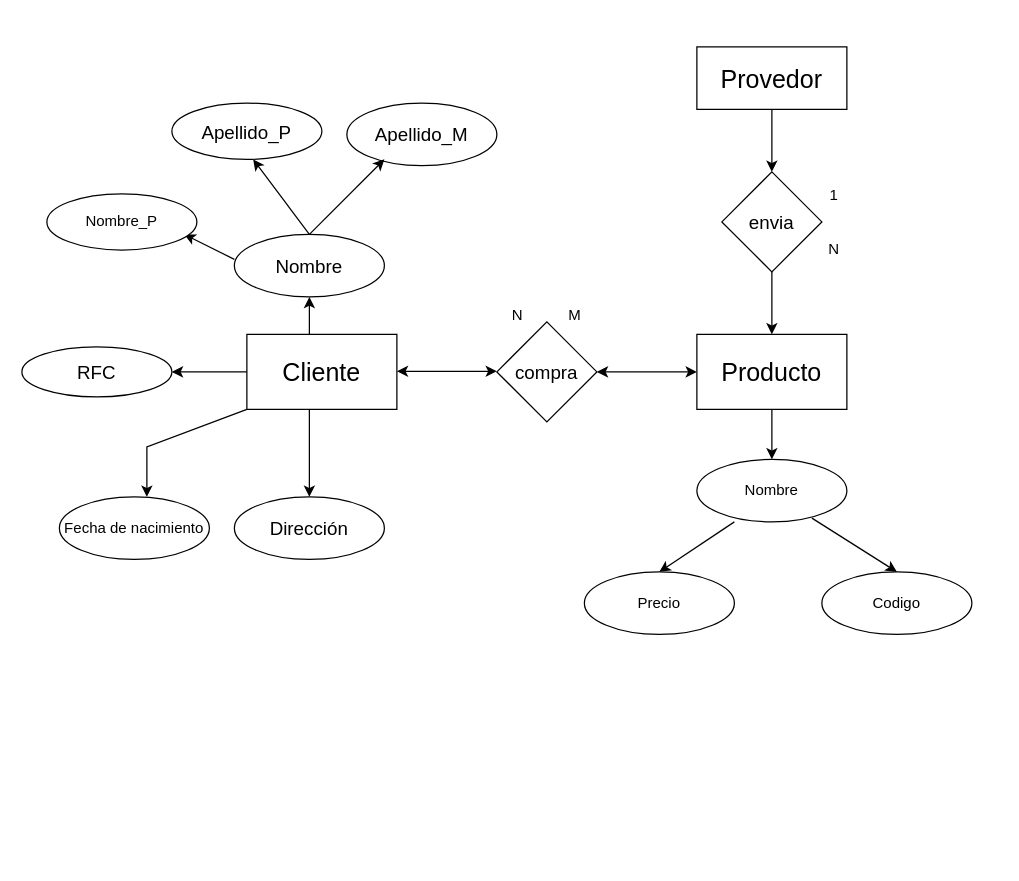
Earlier version of the draw.io diagram Ejercicio 1.drawio (AndresitoUwO/Modelos_Entidad_Relacion). Source tidied: cells renumbered, new cells numbered last; positions are measured from the earlier drawing's top-left corner, leaving out a move shared by most shapes. Both pictures are drawn from the tidied source at 125%, with x=0, y=0 at pixel (21, 46).
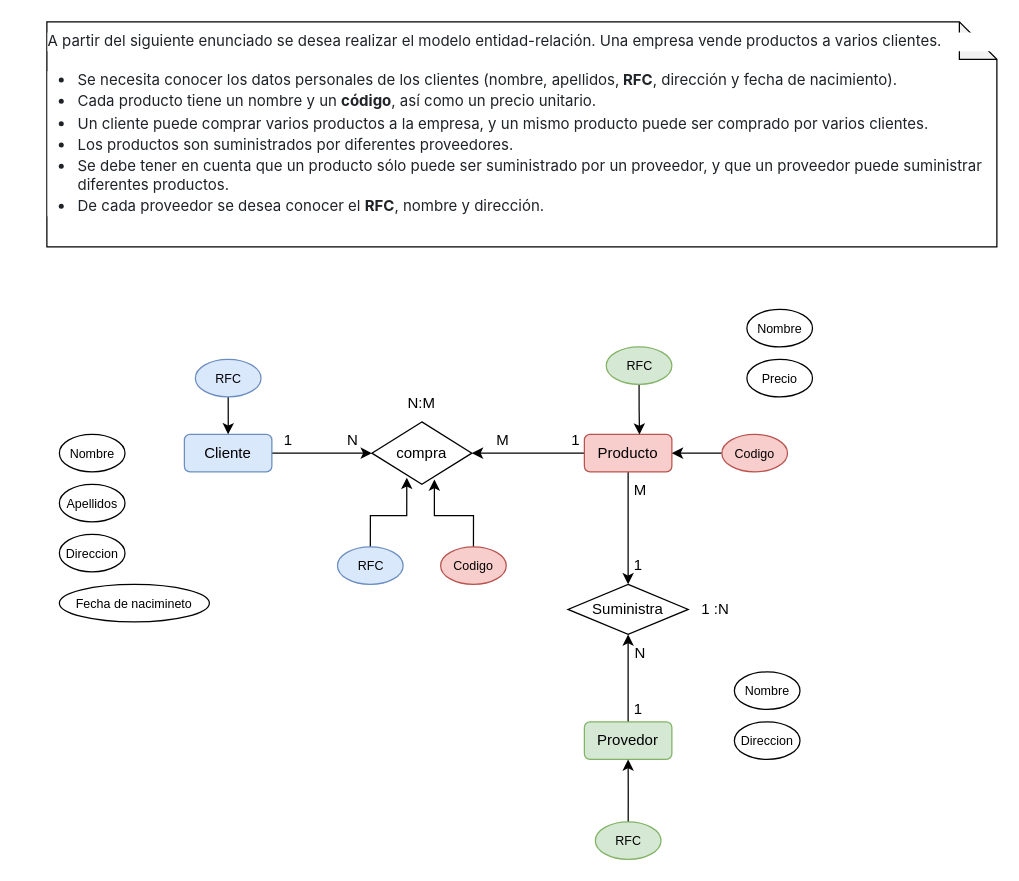
Above is the later version.

What changed in the source:
```diff
@@
+    <mxCell id="33" style="edgeStyle=orthogonalEdgeStyle;rounded=0;jettySize=auto;html=1;entryX=0;entryY=0.5;entryDx=0;entryDy=0;" parent="1" edge="1" source="2" target="3">
+      <mxGeometry relative="1" as="geometry" />
+    </mxCell>
-    <mxCell id="2" value="&lt;font style=&quot;font-size: 20px;&quot;&gt;Cliente&lt;/font&gt;" style="rounded=0;whiteSpace=wrap;html=1;" parent="1" vertex="1">
-      <mxGeometry x="180" y="230" width="120" height="60" as="geometry" />
+    <mxCell id="2" value="Cliente" style="rounded=1;whiteSpace=wrap;html=1;fillColor=#dae8fc;strokeColor=#6c8ebf;" parent="1" vertex="1">
+      <mxGeometry x="130" y="310" width="70" height="30" as="geometry" />
     </mxCell>
+    <mxCell id="34" value="&lt;p style=&quot;box-sizing: border-box; margin-top: 0px; margin-bottom: 16px; color: rgb(31, 35, 40); font-family: -apple-system, BlinkMacSystemFont, &amp;quot;Segoe UI&amp;quot;, &amp;quot;Noto Sans&amp;quot;, Helvetica, Arial, sans-serif, &amp;quot;Apple Color Emoji&amp;quot;, &amp;quot;Segoe UI Emoji&amp;quot;; text-align: start; background-color: rgb(255, 255, 255);&quot; dir=&quot;auto&quot;&gt;&lt;font style=&quot;font-size: 12px;&quot;&gt;A partir del siguiente enunciado se desea realizar el modelo entidad-relación. Una empresa vende productos a varios clientes.&lt;/font&gt;&lt;/p&gt;&lt;ul style=&quot;box-sizing: border-box; padding-left: 2em; margin-top: 0px; margin-bottom: 16px; color: rgb(31, 35, 40); font-family: -apple-system, BlinkMacSystemFont, &amp;quot;Segoe UI&amp;quot;, &amp;quot;Noto Sans&amp;quot;, Helvetica, Arial, sans-serif, &amp;quot;Apple Color Emoji&amp;quot;, &amp;quot;Segoe UI Emoji&amp;quot;; text-align: start; background-color: rgb(255, 255, 255);&quot; dir=&quot;auto&quot;&gt;&lt;li style=&quot;box-sizing: border-box;&quot;&gt;&lt;font style=&quot;font-size: 12px;&quot;&gt;Se necesita conocer los datos personales de los clientes (nombre, apellidos,&lt;b&gt; RFC&lt;/b&gt;, dirección y fecha de nacimiento).&lt;/font&gt;&lt;/li&gt;&lt;li style=&quot;box-sizing: border-box; margin-top: 0.25em;&quot;&gt;&lt;font style=&quot;font-size: 12px;&quot;&gt;Cada producto tiene un nombre y un &lt;b&gt;código&lt;/b&gt;, así como un precio unitario.&lt;/font&gt;&lt;/li&gt;&lt;li style=&quot;box-sizing: border-box; margin-top: 0.25em;&quot;&gt;&lt;font style=&quot;font-size: 12px;&quot;&gt;Un cliente puede comprar varios productos a la empresa, y un mismo producto puede ser comprado por varios clientes.&lt;/font&gt;&lt;/li&gt;&lt;li style=&quot;box-sizing: border-box; margin-top: 0.25em;&quot;&gt;&lt;font style=&quot;font-size: 12px;&quot;&gt;Los productos son suministrados por diferentes proveedores.&lt;/font&gt;&lt;/li&gt;&lt;li style=&quot;box-sizing: border-box; margin-top: 0.25em;&quot;&gt;&lt;font style=&quot;font-size: 12px;&quot;&gt;Se debe tener en cuenta que un producto sólo puede ser suministrado por un proveedor, y que un proveedor puede suministrar diferentes productos.&lt;/font&gt;&lt;/li&gt;&lt;li style=&quot;box-sizing: border-box; margin-top: 0.25em;&quot;&gt;&lt;font style=&quot;font-size: 12px;&quot;&gt;De cada proveedor se desea conocer el &lt;b&gt;RFC&lt;/b&gt;, nombre y dirección.&lt;/font&gt;&lt;/li&gt;&lt;/ul&gt;" style="shape=note;whiteSpace=wrap;html=1;backgroundOutline=1;darkOpacity=0.05;" parent="1" vertex="1">
+      <mxGeometry x="20" y="-20" width="760" height="180" as="geometry" />
+    </mxCell>
+    <mxCell id="35" style="edgeStyle=orthogonalEdgeStyle;rounded=0;jettySize=auto;html=1;entryX=1;entryY=0.5;entryDx=0;entryDy=0;" parent="1" edge="1" source="6" target="3">
+      <mxGeometry relative="1" as="geometry" />
+    </mxCell>
+    <mxCell id="36" style="edgeStyle=orthogonalEdgeStyle;rounded=0;jettySize=auto;html=1;entryX=0.5;entryY=0;entryDx=0;entryDy=0;" parent="1" edge="1" source="6" target="38">
+      <mxGeometry relative="1" as="geometry" />
+    </mxCell>
+    <mxCell id="6" value="Producto" style="rounded=1;whiteSpace=wrap;html=1;fillColor=#f8cecc;strokeColor=#b85450;" parent="1" vertex="1">
+      <mxGeometry x="450" y="310" width="70" height="30" as="geometry" />
+    </mxCell>
+    <mxCell id="37" style="edgeStyle=orthogonalEdgeStyle;rounded=0;jettySize=auto;html=1;entryX=0.5;entryY=1;entryDx=0;entryDy=0;" parent="1" edge="1" source="7" target="38">
+      <mxGeometry relative="1" as="geometry" />
+    </mxCell>
+    <mxCell id="7" value="Provedor" style="rounded=1;whiteSpace=wrap;html=1;fillColor=#d5e8d4;strokeColor=#82b366;" parent="1" vertex="1">
+      <mxGeometry x="450" y="540" width="70" height="30" as="geometry" />
+    </mxCell>
-    <mxCell id="3" value="&lt;span style=&quot;font-size: 15px;&quot;&gt;compra&lt;/span&gt;" style="rhombus;whiteSpace=wrap;html=1;" parent="1" vertex="1">
-      <mxGeometry x="380" y="220" width="80" height="80" as="geometry" />
+    <mxCell id="3" value="compra" style="rhombus;whiteSpace=wrap;html=1;" parent="1" vertex="1">
+      <mxGeometry x="280" y="300" width="80" height="50" as="geometry" />
     </mxCell>
-    <mxCell id="4" style="endArrow=classic;startArrow=classic;html=1;rounded=0;entryX=0;entryY=0.5;entryDx=0;entryDy=0;" parent="1" edge="1">
-      <mxGeometry relative="1" as="geometry">
-        <mxPoint x="300" y="259.5" as="sourcePoint" />
-        <mxPoint x="380" y="259.5" as="targetPoint" />
-      </mxGeometry>
-    </mxCell>
-    <mxCell id="5" style="endArrow=classic;startArrow=classic;html=1;rounded=0;entryX=0;entryY=0.5;entryDx=0;entryDy=0;" parent="1" edge="1">
-      <mxGeometry relative="1" as="geometry">
-        <mxPoint x="460" y="260" as="sourcePoint" />
-        <mxPoint x="540" y="260" as="targetPoint" />
-      </mxGeometry>
-    </mxCell>
-    <mxCell id="6" value="&lt;span style=&quot;font-size: 20px;&quot;&gt;Producto&lt;/span&gt;" style="rounded=0;whiteSpace=wrap;html=1;" parent="1" vertex="1">
-      <mxGeometry x="540" y="230" width="120" height="60" as="geometry" />
-    </mxCell>
-    <mxCell id="7" value="&lt;font style=&quot;font-size: 20px;&quot;&gt;Provedor&lt;/font&gt;" style="rounded=0;whiteSpace=wrap;html=1;" parent="1" vertex="1">
-      <mxGeometry x="540" width="120" height="50" as="geometry" />
-    </mxCell>
-    <mxCell id="8" value="N&amp;nbsp; &amp;nbsp; &amp;nbsp; &amp;nbsp; &amp;nbsp; &amp;nbsp;M" style="text;strokeColor=none;align=center;fillColor=none;html=1;verticalAlign=middle;whiteSpace=wrap;rounded=0;" parent="1" vertex="1">
-      <mxGeometry x="390" y="200" width="60" height="30" as="geometry" />
-    </mxCell>
-    <mxCell id="9" value="&lt;font style=&quot;font-size: 15px;&quot;&gt;envia&lt;/font&gt;" style="rhombus;whiteSpace=wrap;html=1;" parent="1" vertex="1">
-      <mxGeometry x="560" y="100" width="80" height="80" as="geometry" />
-    </mxCell>
-    <mxCell id="10" style="endArrow=classic;html=1;rounded=0;entryX=0.5;entryY=0;entryDx=0;entryDy=0;" parent="1" edge="1" target="9">
-      <mxGeometry relative="1" as="geometry">
-        <mxPoint x="600" y="50" as="sourcePoint" />
-      </mxGeometry>
-    </mxCell>
-    <mxCell id="11" style="endArrow=classic;html=1;rounded=0;entryX=0.5;entryY=0;entryDx=0;entryDy=0;" parent="1" edge="1" target="6">
-      <mxGeometry relative="1" as="geometry">
-        <mxPoint x="600" y="180" as="sourcePoint" />
-      </mxGeometry>
-    </mxCell>
-    <mxCell id="12" value="1&lt;br&gt;&lt;br&gt;&lt;br&gt;N" style="text;strokeColor=none;align=center;fillColor=none;html=1;verticalAlign=middle;whiteSpace=wrap;rounded=0;" parent="1" vertex="1">
-      <mxGeometry x="620" y="125" width="60" height="30" as="geometry" />
-    </mxCell>
-    <mxCell id="13" style="endArrow=classic;html=1;rounded=0;" parent="1" edge="1">
-      <mxGeometry relative="1" as="geometry">
-        <mxPoint x="230" y="230" as="sourcePoint" />
-        <mxPoint x="230" y="200" as="targetPoint" />
-      </mxGeometry>
-    </mxCell>
-    <mxCell id="14" style="endArrow=classic;html=1;rounded=0;" parent="1" edge="1">
-      <mxGeometry relative="1" as="geometry">
-        <mxPoint x="230" y="290" as="sourcePoint" />
-        <mxPoint x="230" y="360" as="targetPoint" />
-      </mxGeometry>
-    </mxCell>
-    <mxCell id="15" style="endArrow=classic;html=1;rounded=0;" parent="1" edge="1">
-      <mxGeometry relative="1" as="geometry">
-        <mxPoint x="180" y="260" as="sourcePoint" />
-        <mxPoint x="120" y="260" as="targetPoint" />
-      </mxGeometry>
-    </mxCell>
-    <mxCell id="16" value="&lt;font style=&quot;font-size: 15px;&quot;&gt;Nombre&lt;/font&gt;" style="ellipse;whiteSpace=wrap;html=1;" parent="1" vertex="1">
-      <mxGeometry x="170" y="150" width="120" height="50" as="geometry" />
-    </mxCell>
-    <mxCell id="17" value="&lt;font style=&quot;font-size: 15px;&quot;&gt;Apellido_M&lt;/font&gt;" style="ellipse;whiteSpace=wrap;html=1;" parent="1" vertex="1">
-      <mxGeometry x="260" y="45" width="120" height="50" as="geometry" />
-    </mxCell>
-    <mxCell id="18" value="&lt;font style=&quot;font-size: 15px;&quot;&gt;RFC&lt;/font&gt;" style="ellipse;whiteSpace=wrap;html=1;" parent="1" vertex="1">
-      <mxGeometry y="240" width="120" height="40" as="geometry" />
-    </mxCell>
-    <mxCell id="19" value="&lt;font style=&quot;font-size: 15px;&quot;&gt;Dirección&lt;/font&gt;" style="ellipse;whiteSpace=wrap;html=1;" parent="1" vertex="1">
-      <mxGeometry x="170" y="360" width="120" height="50" as="geometry" />
-    </mxCell>
-    <mxCell id="20" style="endArrow=classic;html=1;rounded=0;" parent="1" edge="1">
-      <mxGeometry relative="1" as="geometry">
-        <mxPoint x="180" y="290" as="sourcePoint" />
-        <mxPoint x="100" y="360" as="targetPoint" />
-        <Array as="points">
-          <mxPoint x="100" y="320" />
-        </Array>
-      </mxGeometry>
-    </mxCell>
-    <mxCell id="21" value="Fecha de nacimiento" style="ellipse;whiteSpace=wrap;html=1;" parent="1" vertex="1">
-      <mxGeometry x="30" y="360" width="120" height="50" as="geometry" />
-    </mxCell>
-    <mxCell id="22" value="Nombre" style="ellipse;whiteSpace=wrap;html=1;" parent="1" vertex="1">
-      <mxGeometry x="540" y="330" width="120" height="50" as="geometry" />
-    </mxCell>
+    <mxCell id="38" value="Suministra" style="rhombus;whiteSpace=wrap;html=1;" parent="1" vertex="1">
+      <mxGeometry x="436.9" y="430" width="96.2" height="40" as="geometry" />
+    </mxCell>
+    <mxCell id="39" value="1&amp;nbsp;" style="text;strokeColor=none;align=center;fillColor=none;html=1;verticalAlign=middle;whiteSpace=wrap;rounded=0;" parent="1" vertex="1">
+      <mxGeometry x="200" y="300" width="30" height="30" as="geometry" />
+    </mxCell>
+    <mxCell id="40" value="N" style="text;strokeColor=none;align=center;fillColor=none;html=1;verticalAlign=middle;whiteSpace=wrap;rounded=0;" parent="1" vertex="1">
+      <mxGeometry x="250" y="300" width="30" height="30" as="geometry" />
+    </mxCell>
+    <mxCell id="41" value="1&amp;nbsp;" style="text;strokeColor=none;align=center;fillColor=none;html=1;verticalAlign=middle;whiteSpace=wrap;rounded=0;" parent="1" vertex="1">
+      <mxGeometry x="430" y="300" width="30" height="30" as="geometry" />
+    </mxCell>
+    <mxCell id="42" value="M" style="text;strokeColor=none;align=center;fillColor=none;html=1;verticalAlign=middle;whiteSpace=wrap;rounded=0;" parent="1" vertex="1">
+      <mxGeometry x="370" y="300" width="30" height="30" as="geometry" />
+    </mxCell>
+    <mxCell id="43" value="N:M" style="text;strokeColor=none;align=center;fillColor=none;html=1;verticalAlign=middle;whiteSpace=wrap;rounded=0;" parent="1" vertex="1">
+      <mxGeometry x="305" y="270" width="30" height="30" as="geometry" />
+    </mxCell>
+    <mxCell id="44" value="1&amp;nbsp;" style="text;strokeColor=none;align=center;fillColor=none;html=1;verticalAlign=middle;whiteSpace=wrap;rounded=0;" parent="1" vertex="1">
+      <mxGeometry x="480" y="515" width="30" height="30" as="geometry" />
+    </mxCell>
+    <mxCell id="45" value="N" style="text;strokeColor=none;align=center;fillColor=none;html=1;verticalAlign=middle;whiteSpace=wrap;rounded=0;" parent="1" vertex="1">
+      <mxGeometry x="480" y="470" width="30" height="30" as="geometry" />
+    </mxCell>
+    <mxCell id="46" value="1&amp;nbsp;" style="text;strokeColor=none;align=center;fillColor=none;html=1;verticalAlign=middle;whiteSpace=wrap;rounded=0;" parent="1" vertex="1">
+      <mxGeometry x="480" y="400" width="30" height="30" as="geometry" />
+    </mxCell>
+    <mxCell id="47" value="M" style="text;strokeColor=none;align=center;fillColor=none;html=1;verticalAlign=middle;whiteSpace=wrap;rounded=0;" parent="1" vertex="1">
+      <mxGeometry x="480" y="340" width="30" height="30" as="geometry" />
+    </mxCell>
+    <mxCell id="48" value="1 :N" style="text;strokeColor=none;align=center;fillColor=none;html=1;verticalAlign=middle;whiteSpace=wrap;rounded=0;" parent="1" vertex="1">
+      <mxGeometry x="540" y="435" width="30" height="30" as="geometry" />
+    </mxCell>
+    <mxCell id="49" style="edgeStyle=orthogonalEdgeStyle;rounded=0;jettySize=auto;html=1;entryX=0.5;entryY=0;entryDx=0;entryDy=0;" parent="1" edge="1" source="50" target="2">
+      <mxGeometry relative="1" as="geometry" />
+    </mxCell>
+    <mxCell id="50" value="&lt;font style=&quot;font-size: 10px;&quot;&gt;RFC&lt;/font&gt;" style="ellipse;whiteSpace=wrap;html=1;fillColor=#dae8fc;strokeColor=#6c8ebf;" parent="1" vertex="1">
+      <mxGeometry x="138.8" y="250" width="52.5" height="30" as="geometry" />
+    </mxCell>
+    <mxCell id="51" style="edgeStyle=orthogonalEdgeStyle;rounded=0;jettySize=auto;html=1;entryX=1;entryY=0.5;entryDx=0;entryDy=0;" parent="1" edge="1" source="52" target="6">
+      <mxGeometry relative="1" as="geometry" />
+    </mxCell>
+    <mxCell id="52" value="&lt;span style=&quot;font-size: 10px;&quot;&gt;Codigo&lt;/span&gt;" style="ellipse;whiteSpace=wrap;html=1;fillColor=#f8cecc;strokeColor=#b85450;" parent="1" vertex="1">
+      <mxGeometry x="560" y="310" width="52.5" height="30" as="geometry" />
+    </mxCell>
+    <mxCell id="53" style="edgeStyle=orthogonalEdgeStyle;rounded=0;jettySize=auto;html=1;entryX=0.5;entryY=1;entryDx=0;entryDy=0;" parent="1" edge="1" source="54" target="7">
+      <mxGeometry relative="1" as="geometry" />
+    </mxCell>
+    <mxCell id="54" value="&lt;span style=&quot;font-size: 10px;&quot;&gt;RFC&lt;/span&gt;" style="ellipse;whiteSpace=wrap;html=1;fillColor=#d5e8d4;strokeColor=#82b366;" parent="1" vertex="1">
+      <mxGeometry x="458.8" y="620" width="52.5" height="30" as="geometry" />
+    </mxCell>
+    <mxCell id="55" style="edgeStyle=orthogonalEdgeStyle;rounded=0;jettySize=auto;html=1;entryX=0.349;entryY=0.893;entryDx=0;entryDy=0;entryPerimeter=0;" parent="1" edge="1" source="56" target="3">
+      <mxGeometry relative="1" as="geometry" />
+    </mxCell>
+    <mxCell id="56" value="&lt;font style=&quot;font-size: 10px;&quot;&gt;RFC&lt;/font&gt;" style="ellipse;whiteSpace=wrap;html=1;fillColor=#dae8fc;strokeColor=#6c8ebf;" parent="1" vertex="1">
+      <mxGeometry x="252.5" y="400" width="52.5" height="30" as="geometry" />
+    </mxCell>
+    <mxCell id="57" style="edgeStyle=orthogonalEdgeStyle;rounded=0;jettySize=auto;html=1;entryX=0.625;entryY=0.921;entryDx=0;entryDy=0;entryPerimeter=0;" parent="1" edge="1" source="58" target="3">
+      <mxGeometry relative="1" as="geometry" />
+    </mxCell>
+    <mxCell id="58" value="&lt;span style=&quot;font-size: 10px;&quot;&gt;Codigo&lt;/span&gt;" style="ellipse;whiteSpace=wrap;html=1;fillColor=#f8cecc;strokeColor=#b85450;" parent="1" vertex="1">
+      <mxGeometry x="335" y="400" width="52.5" height="30" as="geometry" />
+    </mxCell>
+    <mxCell id="59" style="edgeStyle=orthogonalEdgeStyle;rounded=0;jettySize=auto;html=1;entryX=0.63;entryY=0.006;entryDx=0;entryDy=0;entryPerimeter=0;" parent="1" edge="1" source="60" target="6">
+      <mxGeometry relative="1" as="geometry" />
+    </mxCell>
+    <mxCell id="60" value="&lt;span style=&quot;font-size: 10px;&quot;&gt;RFC&lt;/span&gt;" style="ellipse;whiteSpace=wrap;html=1;fillColor=#d5e8d4;strokeColor=#82b366;" parent="1" vertex="1">
+      <mxGeometry x="467.5" y="240" width="52.5" height="30" as="geometry" />
+    </mxCell>
+    <mxCell id="61" value="&lt;span style=&quot;font-size: 10px;&quot;&gt;Nombre&lt;/span&gt;" style="ellipse;whiteSpace=wrap;html=1;" parent="1" vertex="1">
+      <mxGeometry x="30" y="310" width="52.5" height="30" as="geometry" />
+    </mxCell>
+    <mxCell id="62" value="&lt;span style=&quot;font-size: 10px;&quot;&gt;Apellidos&lt;/span&gt;" style="ellipse;whiteSpace=wrap;html=1;" parent="1" vertex="1">
+      <mxGeometry x="30" y="350" width="52.5" height="30" as="geometry" />
+    </mxCell>
+    <mxCell id="63" value="&lt;span style=&quot;font-size: 10px;&quot;&gt;Direccion&lt;/span&gt;" style="ellipse;whiteSpace=wrap;html=1;" parent="1" vertex="1">
+      <mxGeometry x="30" y="390" width="52.5" height="30" as="geometry" />
+    </mxCell>
+    <mxCell id="64" value="&lt;font style=&quot;font-size: 10px;&quot;&gt;Fecha de nacimineto&lt;/font&gt;" style="ellipse;whiteSpace=wrap;html=1;" parent="1" vertex="1">
+      <mxGeometry x="30" y="430" width="120" height="30" as="geometry" />
+    </mxCell>
+    <mxCell id="65" value="&lt;span style=&quot;font-size: 10px;&quot;&gt;Nombre&lt;/span&gt;" style="ellipse;whiteSpace=wrap;html=1;" parent="1" vertex="1">
+      <mxGeometry x="580" y="210" width="52.5" height="30" as="geometry" />
+    </mxCell>
-    <mxCell id="23" value="Precio" style="ellipse;whiteSpace=wrap;html=1;" parent="1" vertex="1">
-      <mxGeometry x="450" y="420" width="120" height="50" as="geometry" />
+    <mxCell id="23" value="&lt;span style=&quot;font-size: 10px;&quot;&gt;Precio&lt;/span&gt;" style="ellipse;whiteSpace=wrap;html=1;" parent="1" vertex="1">
+      <mxGeometry x="580" y="250" width="52.5" height="30" as="geometry" />
     </mxCell>
-    <mxCell id="24" value="Codigo" style="ellipse;whiteSpace=wrap;html=1;" parent="1" vertex="1">
-      <mxGeometry x="640" y="420" width="120" height="50" as="geometry" />
-    </mxCell>
-    <mxCell id="25" style="endArrow=classic;html=1;rounded=0;entryX=0.5;entryY=0;entryDx=0;entryDy=0;" parent="1" edge="1" target="22">
-      <mxGeometry relative="1" as="geometry">
-        <mxPoint x="600" y="290" as="sourcePoint" />
-      </mxGeometry>
-    </mxCell>
-    <mxCell id="26" style="endArrow=classic;html=1;rounded=0;entryX=0.5;entryY=0;entryDx=0;entryDy=0;" parent="1" edge="1" target="23">
-      <mxGeometry relative="1" as="geometry">
-        <mxPoint x="570" y="380" as="sourcePoint" />
-      </mxGeometry>
-    </mxCell>
-    <mxCell id="27" style="endArrow=classic;html=1;rounded=0;entryX=0.5;entryY=0;entryDx=0;entryDy=0;exitX=0.767;exitY=0.94;exitDx=0;exitDy=0;exitPerimeter=0;" parent="1" edge="1" source="22" target="24">
-      <mxGeometry relative="1" as="geometry" />
-    </mxCell>
-    <mxCell id="28" style="endArrow=classic;html=1;rounded=0;entryX=0.5;entryY=1;entryDx=0;entryDy=0;" parent="1" edge="1">
-      <mxGeometry relative="1" as="geometry">
-        <mxPoint x="230" y="150" as="sourcePoint" />
-        <mxPoint x="290" y="90" as="targetPoint" />
-      </mxGeometry>
-    </mxCell>
-    <mxCell id="29" value="&lt;font style=&quot;font-size: 15px;&quot;&gt;Apellido_P&lt;/font&gt;" style="ellipse;whiteSpace=wrap;html=1;" parent="1" vertex="1">
-      <mxGeometry x="120" y="45" width="120" height="45" as="geometry" />
-    </mxCell>
-    <mxCell id="30" style="endArrow=classic;html=1;rounded=0;entryX=0.5;entryY=1;entryDx=0;entryDy=0;" parent="1" edge="1">
-      <mxGeometry relative="1" as="geometry">
-        <mxPoint x="230" y="150" as="sourcePoint" />
-        <mxPoint x="185" y="90" as="targetPoint" />
-      </mxGeometry>
-    </mxCell>
-    <mxCell id="31" style="endArrow=classic;html=1;rounded=0;" parent="1" edge="1">
-      <mxGeometry relative="1" as="geometry">
-        <mxPoint x="170" y="170" as="sourcePoint" />
-        <mxPoint x="130" y="150" as="targetPoint" />
-      </mxGeometry>
-    </mxCell>
-    <mxCell id="32" value="Nombre_P" style="ellipse;whiteSpace=wrap;html=1;" parent="1" vertex="1">
-      <mxGeometry x="20" y="117.5" width="120" height="45" as="geometry" />
-    </mxCell>
+    <mxCell id="66" value="&lt;span style=&quot;font-size: 10px;&quot;&gt;Nombre&lt;/span&gt;" style="ellipse;whiteSpace=wrap;html=1;" parent="1" vertex="1">
+      <mxGeometry x="570" y="500" width="52.5" height="30" as="geometry" />
+    </mxCell>
+    <mxCell id="67" value="&lt;span style=&quot;font-size: 10px;&quot;&gt;Direccion&lt;/span&gt;" style="ellipse;whiteSpace=wrap;html=1;" parent="1" vertex="1">
+      <mxGeometry x="570" y="540" width="52.5" height="30" as="geometry" />
+    </mxCell>
```
